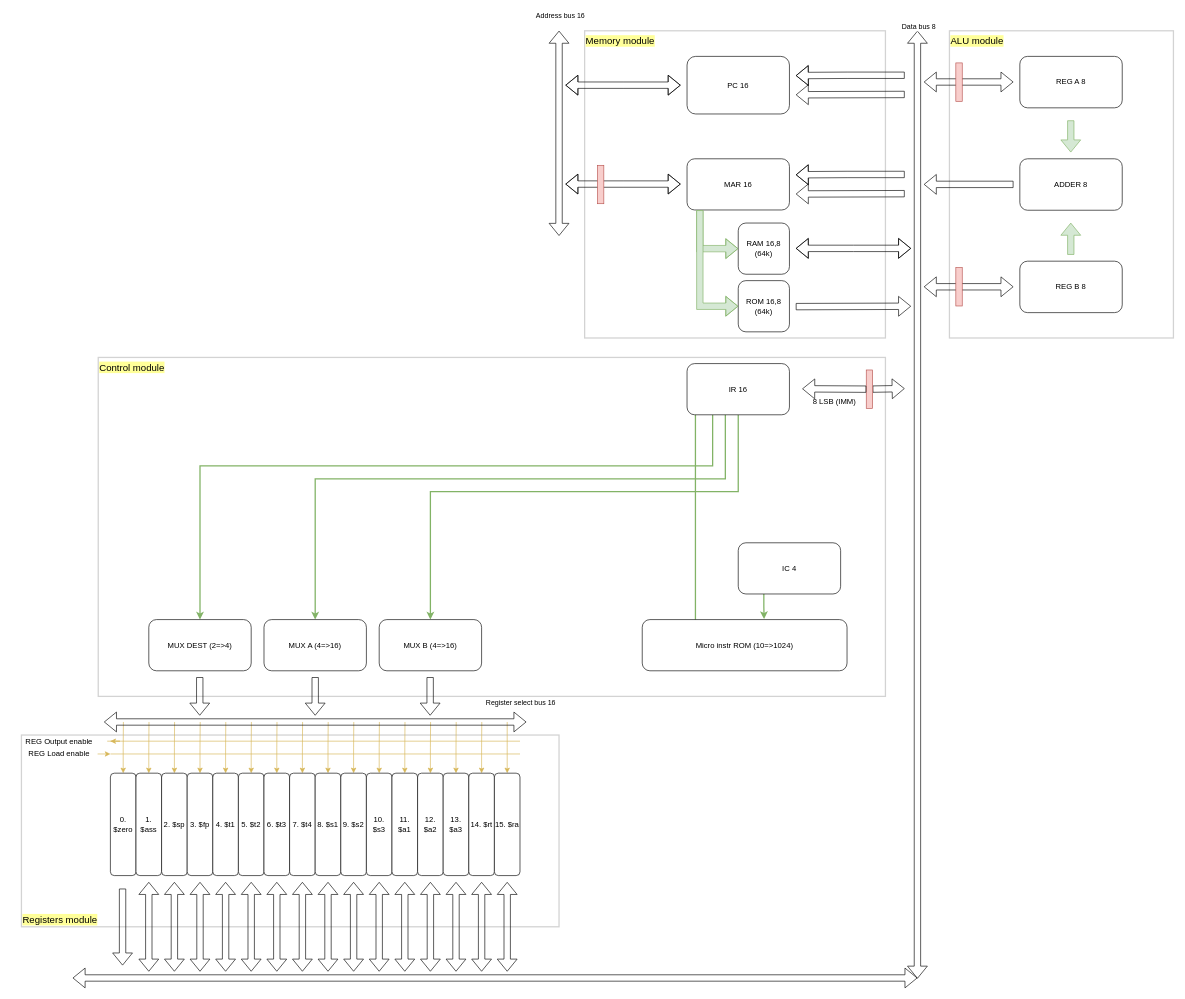
Above: KPC8/Docs/KPC_design.drawio in KlivenPL/KPC8 (draw.io), before the change. Source tidied: cells renumbered, new cells numbered last; positions are measured from the earlier drawing's top-left corner, leaving out a move shared by most shapes. Both pictures are drawn from the tidied source at 64%, with x=0, y=0 at pixel (11, 31).
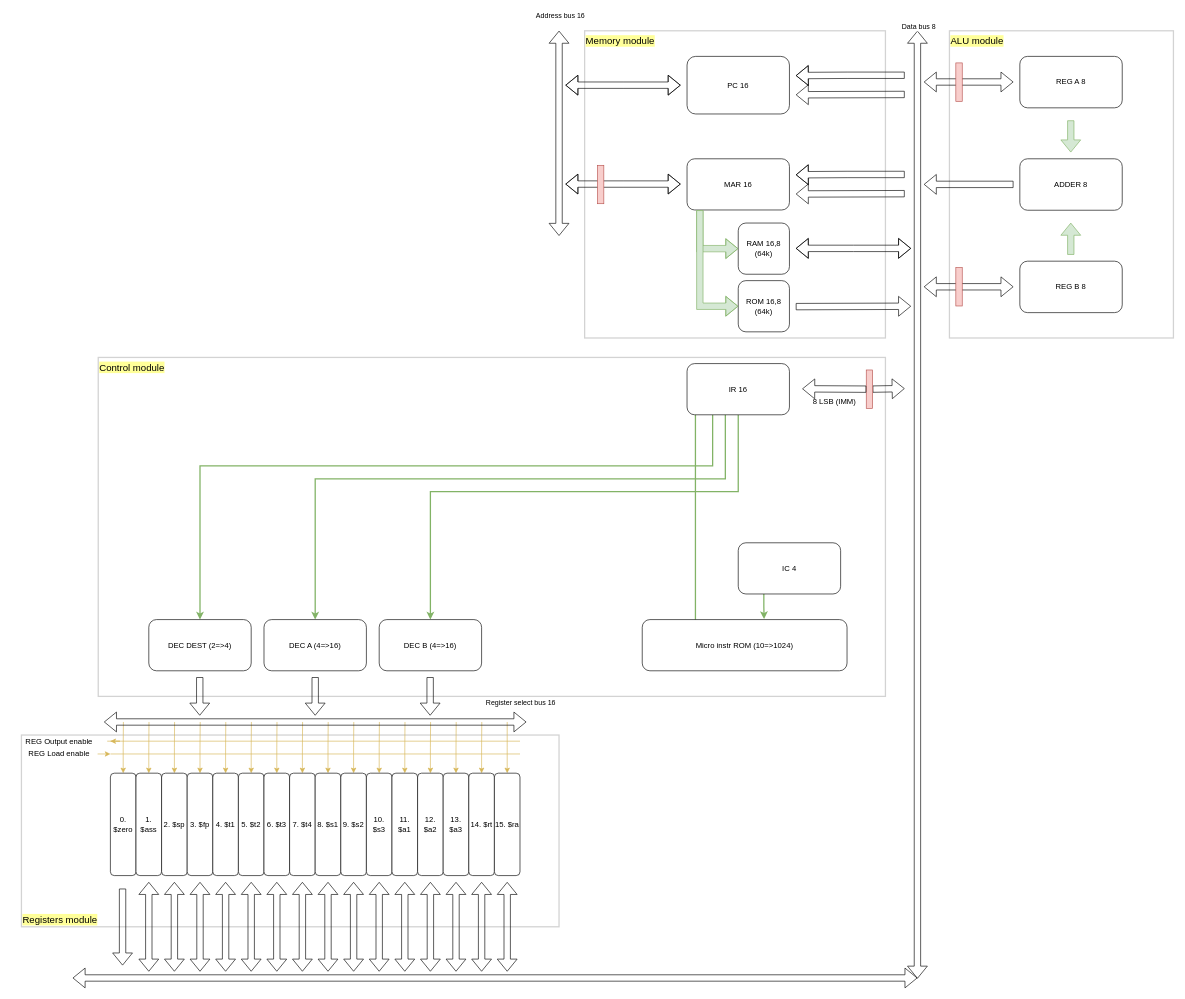
After the change.

What changed in the source:
```diff
@@
-    <mxCell id="21" value="MUX DEST (2=&amp;gt;4)" style="rounded=1;whiteSpace=wrap;html=1;" parent="1" vertex="1">
+    <mxCell id="21" value="DEC DEST (2=&amp;gt;4)" style="rounded=1;whiteSpace=wrap;html=1;" parent="1" vertex="1">
       <mxGeometry x="215" y="919.6" width="160" height="80" as="geometry" />
     </mxCell>
@@
-    <mxCell id="63" value="MUX A (4=&amp;gt;16)" style="rounded=1;whiteSpace=wrap;html=1;" parent="1" vertex="1">
+    <mxCell id="63" value="DEC A (4=&amp;gt;16)" style="rounded=1;whiteSpace=wrap;html=1;" parent="1" vertex="1">
       <mxGeometry x="395" y="919.6" width="160" height="80" as="geometry" />
     </mxCell>
-    <mxCell id="64" value="MUX B (4=&amp;gt;16)" style="rounded=1;whiteSpace=wrap;html=1;" parent="1" vertex="1">
+    <mxCell id="64" value="DEC B (4=&amp;gt;16)" style="rounded=1;whiteSpace=wrap;html=1;" parent="1" vertex="1">
       <mxGeometry x="575" y="919.6" width="160" height="80" as="geometry" />
     </mxCell>
```
